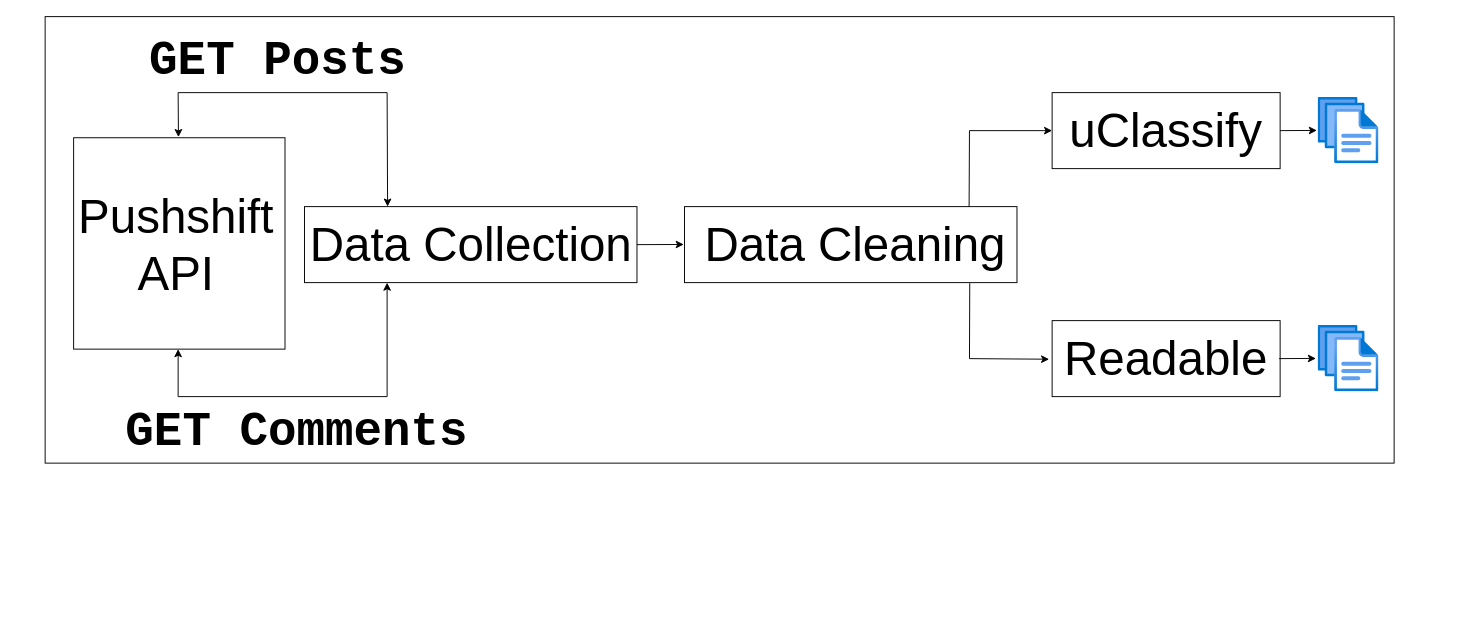
ankitverma5859/drawio keeps this draw.io diagram as GenderBias.drawio. Above is the earlier version. Source tidied: cells renumbered, new cells numbered last; positions are measured from the earlier drawing's top-left corner, leaving out a move shared by most shapes. Both pictures are drawn from the tidied source at 95%, with x=0, y=0 at pixel (45, 16).
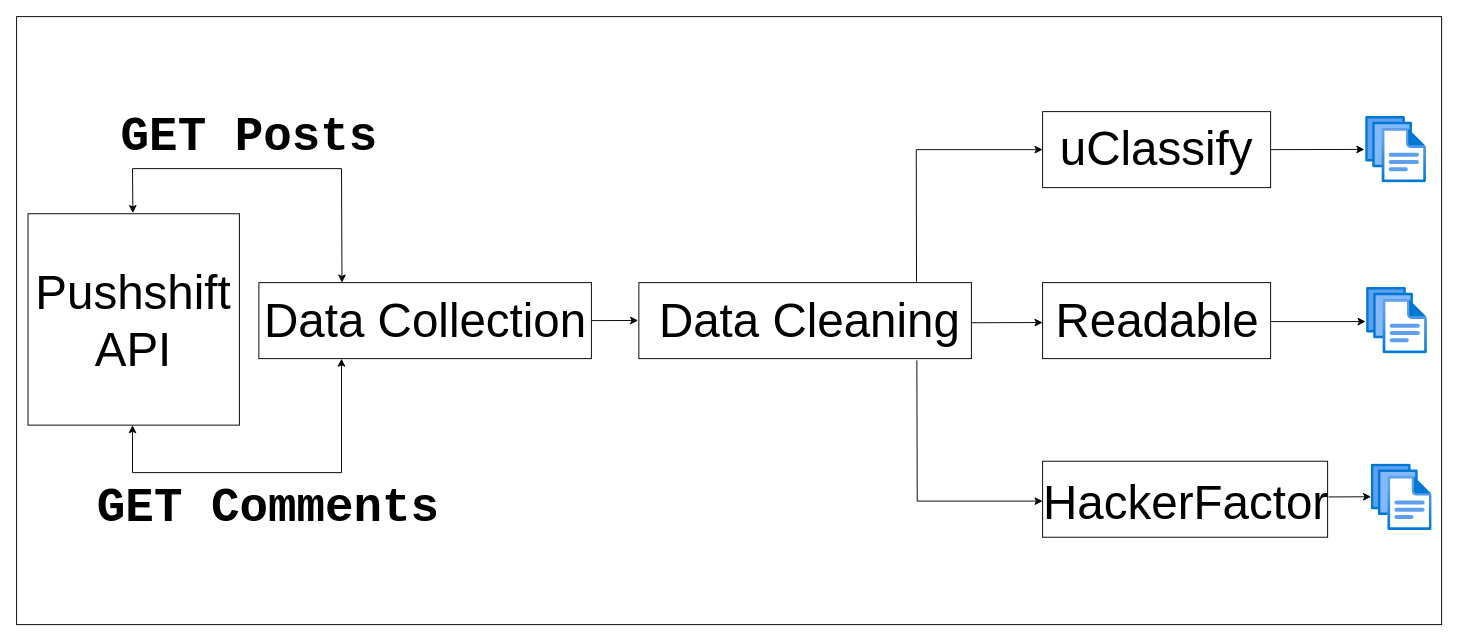
After the change.

Change to the diagram source:
```diff
@@
     <mxCell id="2" style="rounded=0;whiteSpace=wrap;html=1;fontFamily=Courier New;fontSize=50;" parent="1" vertex="1">
-      <mxGeometry width="1420" height="470" as="geometry" />
+      <mxGeometry x="-30" width="1500" height="640" as="geometry" />
     </mxCell>
     <mxCell id="3" style="rounded=0;whiteSpace=wrap;html=1;" parent="1" vertex="1">
-      <mxGeometry x="1060" y="80" width="240" height="80" as="geometry" />
+      <mxGeometry x="1050" y="100" width="240" height="80" as="geometry" />
     </mxCell>
     <mxCell id="4" value="&lt;font style=&quot;font-size: 50px;&quot;&gt;uClassify&lt;/font&gt;" style="text;html=1;strokeColor=none;fillColor=none;align=center;verticalAlign=middle;whiteSpace=wrap;rounded=0;" parent="1" vertex="1">
-      <mxGeometry x="1150" y="105" width="60" height="30" as="geometry" />
+      <mxGeometry x="1140" y="124" width="60" height="30" as="geometry" />
     </mxCell>
     <mxCell id="5" style="rounded=0;whiteSpace=wrap;html=1;" parent="1" vertex="1">
-      <mxGeometry x="1060" y="320" width="240" height="80" as="geometry" />
+      <mxGeometry x="1050" y="280" width="240" height="80" as="geometry" />
     </mxCell>
     <mxCell id="6" value="&lt;font style=&quot;font-size: 50px;&quot;&gt;Readable&lt;/font&gt;" style="text;html=1;strokeColor=none;fillColor=none;align=center;verticalAlign=middle;whiteSpace=wrap;rounded=0;" parent="1" vertex="1">
-      <mxGeometry x="1150" y="345" width="60" height="30" as="geometry" />
+      <mxGeometry x="1141" y="305" width="60" height="30" as="geometry" />
     </mxCell>
     <mxCell id="7" style="rounded=0;whiteSpace=wrap;html=1;" parent="1" vertex="1">
-      <mxGeometry x="673" y="200" width="350" height="80" as="geometry" />
+      <mxGeometry x="625" y="280" width="350" height="80" as="geometry" />
     </mxCell>
     <mxCell id="8" value="&lt;font style=&quot;font-size: 50px;&quot;&gt;Data Cleaning&lt;/font&gt;" style="text;html=1;strokeColor=none;fillColor=none;align=center;verticalAlign=middle;whiteSpace=wrap;rounded=0;" parent="1" vertex="1">
-      <mxGeometry x="683" y="225" width="340" height="30" as="geometry" />
+      <mxGeometry x="635" y="305" width="340" height="30" as="geometry" />
     </mxCell>
-    <mxCell id="9" style="endArrow=classic;html=1;rounded=0;fontSize=50;entryX=0;entryY=0.5;entryDx=0;entryDy=0;exitX=0.856;exitY=0.004;exitDx=0;exitDy=0;exitPerimeter=0;" parent="1" edge="1" source="7" target="3">
+    <mxCell id="9" style="endArrow=classic;html=1;rounded=0;fontSize=50;entryX=0;entryY=0.5;entryDx=0;entryDy=0;exitX=0.835;exitY=-0.012;exitDx=0;exitDy=0;exitPerimeter=0;" parent="1" edge="1" source="7" target="3">
       <mxGeometry relative="1" as="geometry">
         <Array as="points">
-          <mxPoint x="973" y="120" />
+          <mxPoint x="917" y="140" />
         </Array>
       </mxGeometry>
     </mxCell>
-    <mxCell id="10" style="endArrow=classic;html=1;rounded=0;fontSize=50;exitX=0.858;exitY=1.008;exitDx=0;exitDy=0;exitPerimeter=0;entryX=-0.013;entryY=0.508;entryDx=0;entryDy=0;entryPerimeter=0;" parent="1" edge="1" source="7" target="5">
-      <mxGeometry relative="1" as="geometry">
-        <Array as="points">
-          <mxPoint x="973" y="360" />
-        </Array>
-      </mxGeometry>
-    </mxCell>
     <mxCell id="11" style="html=1;points=[];align=center;image;fontSize=12;image=img/lib/azure2/general/Files.svg;" parent="1" vertex="1">
-      <mxGeometry x="1340" y="85" width="64" height="70" as="geometry" />
+      <mxGeometry x="1390" y="105" width="64" height="70" as="geometry" />
     </mxCell>
     <mxCell id="12" style="html=1;align=center;image;fontSize=12;image=img/lib/azure2/general/Files.svg;" parent="1" vertex="1">
-      <mxGeometry x="1340" y="325" width="64" height="70" as="geometry" />
+      <mxGeometry x="1391" y="285" width="64" height="70" as="geometry" />
     </mxCell>
@@
-    <mxCell id="14" style="endArrow=classic;html=1;rounded=0;fontSize=50;entryX=-0.02;entryY=0.497;entryDx=0;entryDy=0;entryPerimeter=0;exitX=1;exitY=0.5;exitDx=0;exitDy=0;" parent="1" edge="1">
-      <mxGeometry relative="1" as="geometry">
-        <mxPoint x="1299" y="360" as="sourcePoint" />
-        <mxPoint x="1337.7" y="359.8" as="targetPoint" />
-      </mxGeometry>
-    </mxCell>
     <mxCell id="15" style="rounded=0;whiteSpace=wrap;html=1;" parent="1" vertex="1">
-      <mxGeometry x="273" y="200" width="350" height="80" as="geometry" />
+      <mxGeometry x="225" y="280" width="350" height="80" as="geometry" />
     </mxCell>
     <mxCell id="16" value="&lt;font style=&quot;font-size: 50px;&quot;&gt;Data Collection&lt;/font&gt;" style="text;html=1;strokeColor=none;fillColor=none;align=center;verticalAlign=middle;whiteSpace=wrap;rounded=0;" parent="1" vertex="1">
-      <mxGeometry x="267" y="225" width="363" height="30" as="geometry" />
+      <mxGeometry x="219" y="305" width="363" height="30" as="geometry" />
     </mxCell>
     <mxCell id="17" style="endArrow=classic;html=1;rounded=0;fontSize=50;entryX=-0.002;entryY=0.498;entryDx=0;entryDy=0;entryPerimeter=0;" parent="1" edge="1" target="7">
       <mxGeometry relative="1" as="geometry">
-        <mxPoint x="623" y="240" as="sourcePoint" />
+        <mxPoint x="575" y="320" as="sourcePoint" />
       </mxGeometry>
     </mxCell>
     <mxCell id="18" style="whiteSpace=wrap;html=1;fontSize=50;" parent="1" vertex="1">
-      <mxGeometry x="30" y="127.5" width="222.5" height="222.5" as="geometry" />
+      <mxGeometry x="-18" y="207.5" width="222.5" height="222.5" as="geometry" />
     </mxCell>
     <mxCell id="19" value="Pushshift&lt;br&gt;API" style="text;html=1;strokeColor=none;fillColor=none;align=center;verticalAlign=middle;whiteSpace=wrap;rounded=0;fontSize=50;" parent="1" vertex="1">
-      <mxGeometry x="107.5" y="225" width="60" height="30" as="geometry" />
+      <mxGeometry x="62.5" y="305" width="60" height="30" as="geometry" />
     </mxCell>
     <mxCell id="20" style="endArrow=classic;startArrow=classic;html=1;rounded=0;fontSize=50;exitX=0.25;exitY=0;exitDx=0;exitDy=0;entryX=0.496;entryY=-0.003;entryDx=0;entryDy=0;entryPerimeter=0;" parent="1" edge="1" source="15" target="18">
       <mxGeometry relative="1" as="geometry">
         <Array as="points">
-          <mxPoint x="360" y="80" />
-          <mxPoint x="140" y="80" />
+          <mxPoint x="312" y="160" />
+          <mxPoint x="92" y="160" />
         </Array>
       </mxGeometry>
     </mxCell>
     <mxCell id="21" style="endArrow=classic;startArrow=classic;html=1;rounded=0;fontSize=50;" parent="1" edge="1">
       <mxGeometry relative="1" as="geometry">
-        <mxPoint x="140" y="350" as="sourcePoint" />
-        <mxPoint x="360" y="280" as="targetPoint" />
+        <mxPoint x="92" y="430" as="sourcePoint" />
+        <mxPoint x="312" y="360" as="targetPoint" />
         <Array as="points">
-          <mxPoint x="140" y="400" />
-          <mxPoint x="360" y="400" />
+          <mxPoint x="92" y="480" />
+          <mxPoint x="312" y="480" />
         </Array>
       </mxGeometry>
     </mxCell>
     <mxCell id="22" value="&lt;font face=&quot;Courier New&quot;&gt;&lt;b&gt;GET Posts&lt;/b&gt;&lt;/font&gt;" style="text;html=1;strokeColor=none;fillColor=none;align=center;verticalAlign=middle;whiteSpace=wrap;rounded=0;fontSize=50;" parent="1" vertex="1">
-      <mxGeometry x="80" y="30" width="330" height="30" as="geometry" />
+      <mxGeometry x="50" y="110" width="330" height="30" as="geometry" />
     </mxCell>
     <mxCell id="23" value="&lt;font face=&quot;Courier New&quot;&gt;&lt;b&gt;GET Comments&lt;/b&gt;&lt;/font&gt;" style="text;html=1;strokeColor=none;fillColor=none;align=center;verticalAlign=middle;whiteSpace=wrap;rounded=0;fontSize=50;" parent="1" vertex="1">
-      <mxGeometry x="60" y="420" width="410" height="30" as="geometry" />
+      <mxGeometry x="30" y="500" width="410" height="30" as="geometry" />
     </mxCell>
+    <mxCell id="24" style="html=1;align=center;image;fontSize=12;image=img/lib/azure2/general/Files.svg;" parent="1" vertex="1">
+      <mxGeometry x="1396" y="471" width="64" height="70" as="geometry" />
+    </mxCell>
+    <mxCell id="25" style="endArrow=classic;html=1;rounded=0;fontSize=50;entryX=-0.02;entryY=0.497;entryDx=0;entryDy=0;entryPerimeter=0;exitX=1;exitY=0.5;exitDx=0;exitDy=0;" parent="1" edge="1">
+      <mxGeometry relative="1" as="geometry">
+        <mxPoint x="1300" y="484" as="sourcePoint" />
+        <mxPoint x="1338.7" y="483.8" as="targetPoint" />
+      </mxGeometry>
+    </mxCell>
+    <mxCell id="26" style="rounded=0;whiteSpace=wrap;html=1;" parent="1" vertex="1">
+      <mxGeometry x="1050" y="468" width="300" height="80" as="geometry" />
+    </mxCell>
+    <mxCell id="27" value="&lt;span style=&quot;font-size: 50px;&quot;&gt;HackerFactor&lt;/span&gt;" style="text;html=1;strokeColor=none;fillColor=none;align=center;verticalAlign=middle;whiteSpace=wrap;rounded=0;" parent="1" vertex="1">
+      <mxGeometry x="1171" y="496" width="60" height="30" as="geometry" />
+    </mxCell>
+    <mxCell id="28" style="endArrow=classic;html=1;rounded=0;fontSize=50;exitX=1;exitY=0.5;exitDx=0;exitDy=0;" parent="1" edge="1">
+      <mxGeometry relative="1" as="geometry">
+        <mxPoint x="1290" y="321" as="sourcePoint" />
+        <mxPoint x="1390" y="321" as="targetPoint" />
+      </mxGeometry>
+    </mxCell>
+    <mxCell id="29" style="endArrow=classic;html=1;rounded=0;fontSize=50;entryX=-0.019;entryY=0.492;entryDx=0;entryDy=0;entryPerimeter=0;" parent="1" edge="1">
+      <mxGeometry relative="1" as="geometry">
+        <mxPoint x="1351" y="505.6" as="sourcePoint" />
+        <mxPoint x="1395.8" y="505.4" as="targetPoint" />
+      </mxGeometry>
+    </mxCell>
+    <mxCell id="30" style="endArrow=classic;html=1;rounded=0;fontSize=50;exitX=1.002;exitY=0.575;exitDx=0;exitDy=0;exitPerimeter=0;" parent="1" edge="1" source="8">
+      <mxGeometry relative="1" as="geometry">
+        <mxPoint x="1050" y="322" as="targetPoint" />
+      </mxGeometry>
+    </mxCell>
+    <mxCell id="31" style="endArrow=classic;html=1;rounded=0;fontSize=50;entryX=0;entryY=0.5;entryDx=0;entryDy=0;exitX=0.836;exitY=1.023;exitDx=0;exitDy=0;exitPerimeter=0;" parent="1" edge="1" source="7">
+      <mxGeometry relative="1" as="geometry">
+        <mxPoint x="1050" y="510" as="targetPoint" />
+        <Array as="points">
+          <mxPoint x="918" y="510" />
+        </Array>
+      </mxGeometry>
+    </mxCell>
```
